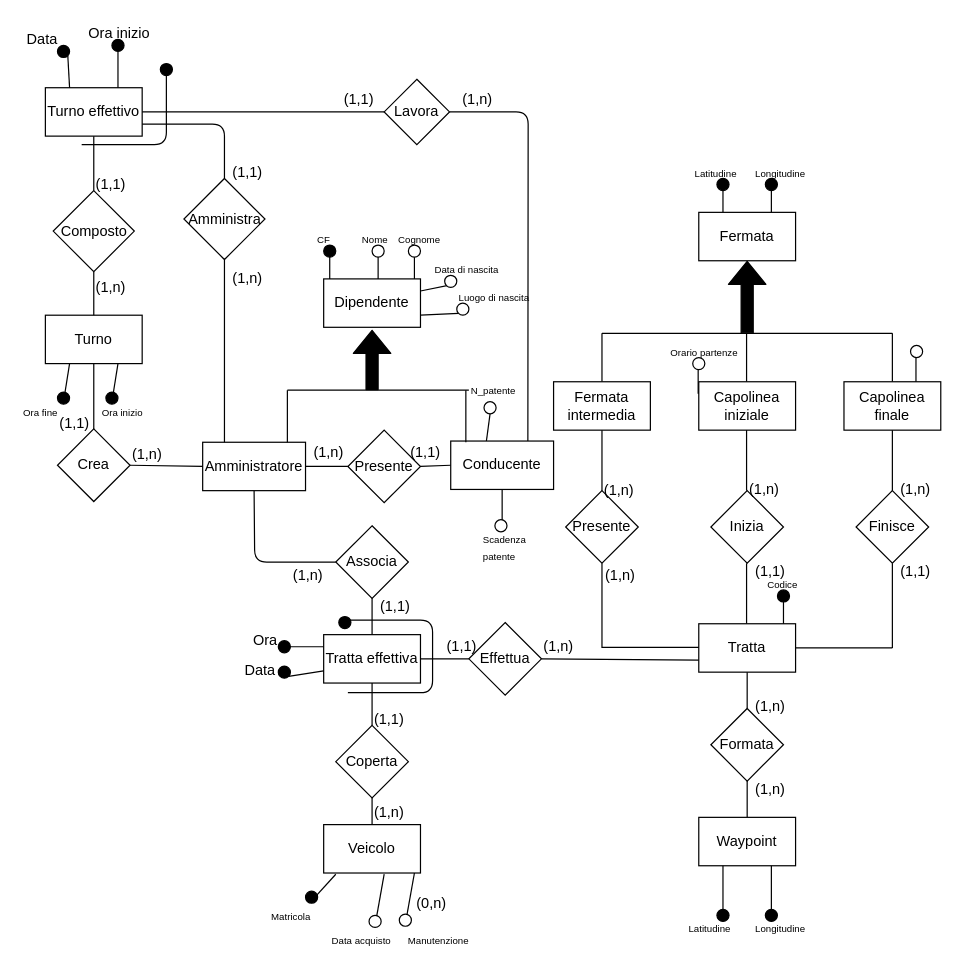
Earlier version of the draw.io diagram Untitled Diagram(1).drawio (Ivan-Palm/Progetto-Basi-di-Dati). Source tidied: cells renumbered, new cells numbered last; positions are measured from the earlier drawing's top-left corner, leaving out a move shared by most shapes. Both pictures are drawn from the tidied source at 121%, with x=0, y=0 at pixel (21, 21).
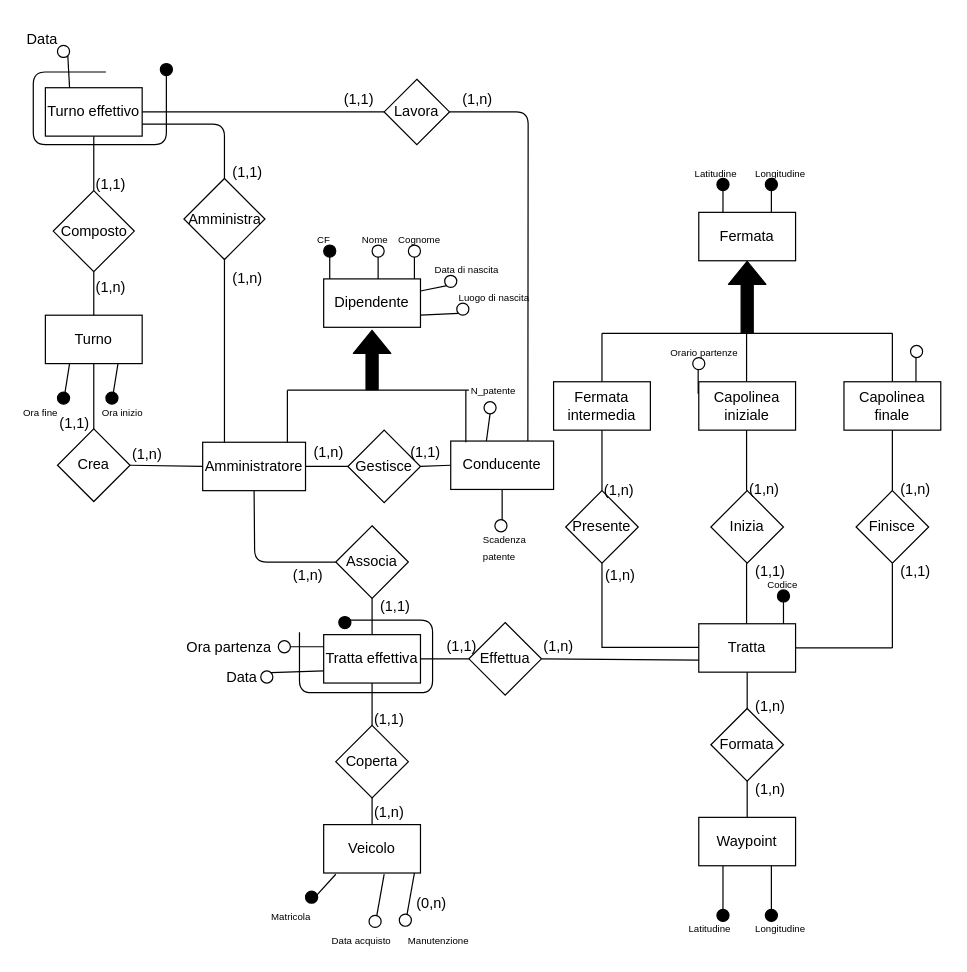
The same page after the edit.

Commit message (it also covers changes not shown here):
Aggiornato template-progetto.docx, Traccia.docx; inserito Untitled Diagram.drawio

Unchanged cells that the change refers to:
```xml
<mxCell id="57" value="Tratta effettiva" style="rounded=0;whiteSpace=wrap;html=1;" parent="1" vertex="1">
  <mxGeometry x="250" y="507" width="80" height="40" as="geometry" />
</mxCell>
<mxCell id="131" value="Turno effettivo" style="rounded=0;whiteSpace=wrap;html=1;" parent="1" vertex="1">
  <mxGeometry x="20" y="55" width="80" height="40" as="geometry" />
</mxCell>
```

Diff of the diagram source:
```diff
@@
     <mxCell id="67" style="endArrow=none;html=1;fillColor=#000000;" parent="1" edge="1">
       <mxGeometry relative="1" as="geometry">
-        <mxPoint x="270" y="555" as="sourcePoint" />
+        <mxPoint x="230" y="505" as="sourcePoint" />
         <mxPoint x="270" y="495" as="targetPoint" />
         <Array as="points">
+          <mxPoint x="230" y="555" />
           <mxPoint x="340" y="555" />
           <mxPoint x="340" y="525" />
           <mxPoint x="340" y="495" />
         </Array>
       </mxGeometry>
     </mxCell>
@@
-    <mxCell id="112" value="Presente" style="rhombus;whiteSpace=wrap;html=1;" parent="1" vertex="1">
+    <mxCell id="112" value="Gestisce" style="rhombus;whiteSpace=wrap;html=1;" parent="1" vertex="1">
       <mxGeometry x="270" y="338" width="60" height="60" as="geometry" />
     </mxCell>
@@
     <mxCell id="145" style="endArrow=none;html=1;fillColor=#000000;" parent="1" edge="1">
       <mxGeometry relative="1" as="geometry">
-        <mxPoint x="50" y="102" as="sourcePoint" />
+        <mxPoint x="70" y="42" as="sourcePoint" />
         <mxPoint x="120" y="42" as="targetPoint" />
         <Array as="points">
+          <mxPoint x="10" y="42" />
+          <mxPoint x="10" y="102" />
           <mxPoint x="120" y="102" />
           <mxPoint x="120" y="72" />
           <mxPoint x="120" y="42" />
         </Array>
       </mxGeometry>
     </mxCell>
@@
-    <mxCell id="148" style="ellipse;whiteSpace=wrap;html=1;fillColor=#000000;" parent="1" vertex="1">
+    <mxCell id="148" style="ellipse;whiteSpace=wrap;html=1;fillColor=#FFFFFF;" parent="1" vertex="1">
       <mxGeometry x="212.5" y="512" width="10" height="10" as="geometry" />
     </mxCell>
-    <mxCell id="149" style="endArrow=none;html=1;entryX=0;entryY=0.75;entryDx=0;entryDy=0;exitX=1;exitY=1;exitDx=0;exitDy=0;" parent="1" edge="1" source="150" target="57">
+    <mxCell id="149" style="endArrow=none;html=1;entryX=0;entryY=0.75;entryDx=0;entryDy=0;exitX=1;exitY=0;exitDx=0;exitDy=0;" parent="1" edge="1" source="150" target="57">
       <mxGeometry relative="1" as="geometry" />
     </mxCell>
-    <mxCell id="150" style="ellipse;whiteSpace=wrap;html=1;fillColor=#000000;" parent="1" vertex="1">
-      <mxGeometry x="212.5" y="533" width="10" height="10" as="geometry" />
+    <mxCell id="150" style="ellipse;whiteSpace=wrap;html=1;fillColor=#FFFFFF;" parent="1" vertex="1">
+      <mxGeometry x="198" y="537" width="10" height="10" as="geometry" />
     </mxCell>
-    <mxCell id="151" value="Ora" style="text;html=1;align=left;verticalAlign=top;spacingTop=-4;" parent="1" vertex="1">
-      <mxGeometry x="190" y="502" width="40" height="20" as="geometry" />
+    <mxCell id="151" value="Ora partenza" style="text;html=1;align=left;verticalAlign=top;spacingTop=-4;" parent="1" vertex="1">
+      <mxGeometry x="134.5" y="508" width="90" height="20" as="geometry" />
     </mxCell>
     <mxCell id="152" value="Data" style="text;html=1;align=left;verticalAlign=top;spacingTop=-4;" parent="1" vertex="1">
-      <mxGeometry x="182.5" y="527" width="40" height="20" as="geometry" />
+      <mxGeometry x="168" y="533" width="40" height="20" as="geometry" />
     </mxCell>
-    <mxCell id="153" style="endArrow=none;html=1;entryX=0.75;entryY=0;entryDx=0;entryDy=0;exitX=0.5;exitY=1;exitDx=0;exitDy=0;" parent="1" edge="1" source="154" target="131">
-      <mxGeometry relative="1" as="geometry" />
-    </mxCell>
-    <mxCell id="154" style="ellipse;whiteSpace=wrap;html=1;fillColor=#000000;" parent="1" vertex="1">
-      <mxGeometry x="75" y="15" width="10" height="10" as="geometry" />
-    </mxCell>
@@
-    <mxCell id="156" style="ellipse;whiteSpace=wrap;html=1;fillColor=#000000;" parent="1" vertex="1">
+    <mxCell id="156" style="ellipse;whiteSpace=wrap;html=1;fillColor=#FFFFFF;" parent="1" vertex="1">
       <mxGeometry x="30" y="20" width="10" height="10" as="geometry" />
     </mxCell>
-    <mxCell id="157" value="Ora inizio" style="text;html=1;align=left;verticalAlign=top;spacingTop=-4;" parent="1" vertex="1">
-      <mxGeometry x="53.5" width="70" height="20" as="geometry" />
-    </mxCell>
```
